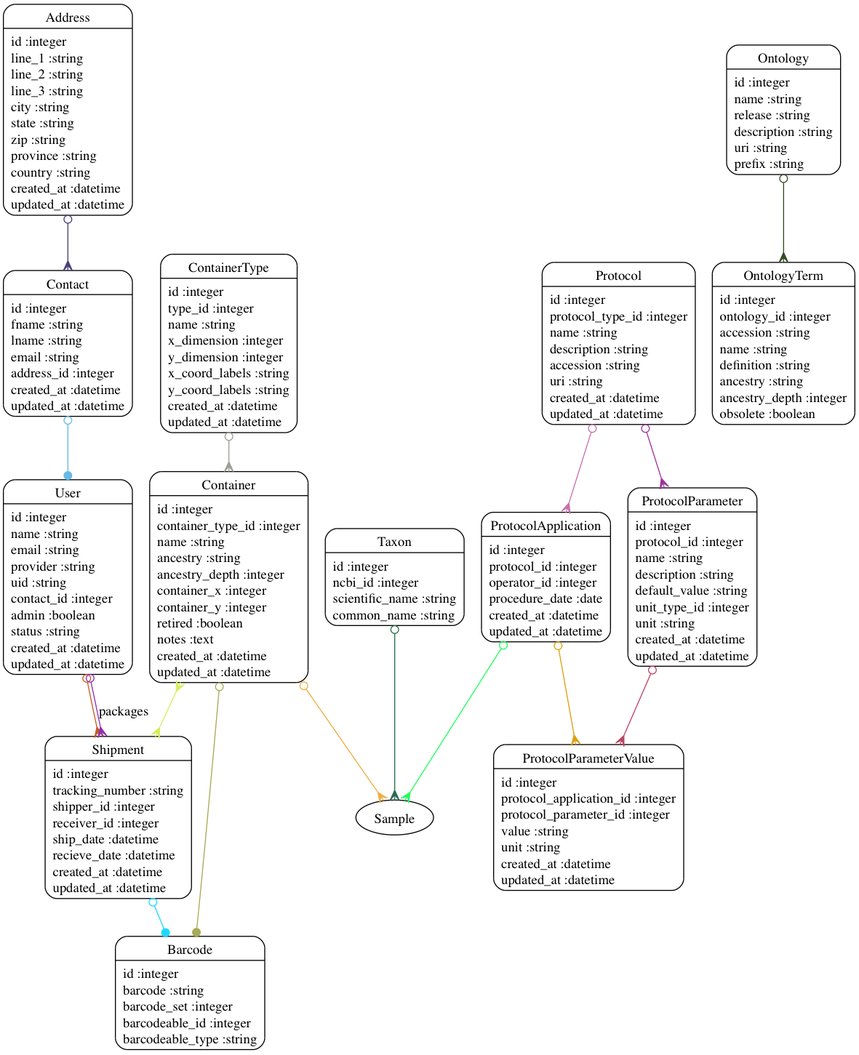
dimitras/collos keeps this Graphviz diagram as models.png. Above is the earlier version. Its source is kept beside it as models.dot.
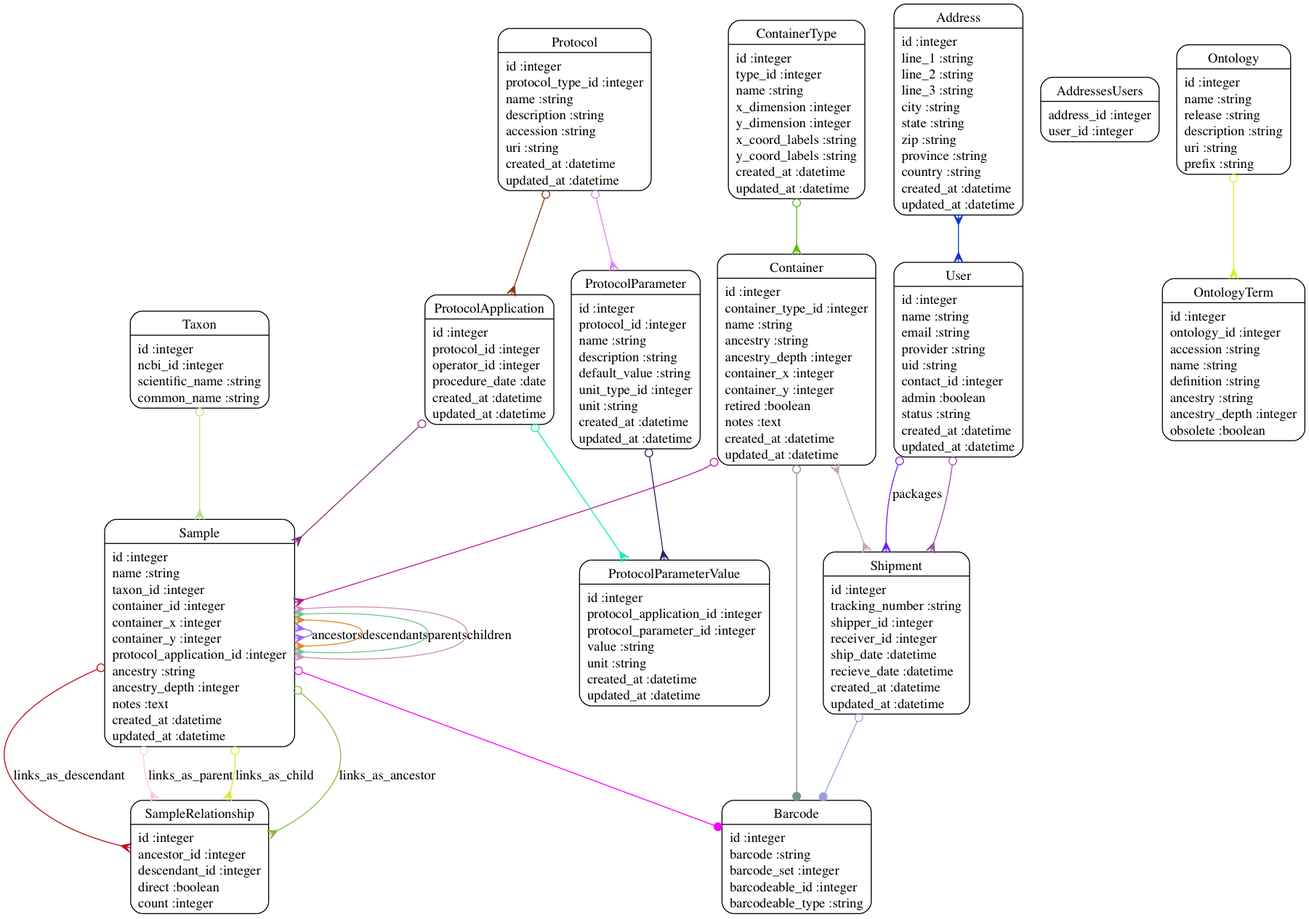
The same diagram one commit later.

Commit message:
simplified user-addr models

What changed in the source:
```diff
@@ -1,8 +1,8 @@
 digraph models_diagram {
 	graph[overlap=false, splines=true]
 	"Address" [shape=Mrecord, label="{Address|id :integer\lline_1 :string\lline_2 :string\lline_3 :string\lcity :string\lstate :string\lzip :string\lprovince :string\lcountry :string\lcreated_at :datetime\lupdated_at :datetime\l}"]
+	"AddressesUsers" [shape=Mrecord, label="{AddressesUsers|address_id :integer\luser_id :integer\l}"]
 	"Barcode" [shape=Mrecord, label="{Barcode|id :integer\lbarcode :string\lbarcode_set :integer\lbarcodeable_id :integer\lbarcodeable_type :string\l}"]
-	"Contact" [shape=Mrecord, label="{Contact|id :integer\lfname :string\llname :string\lemail :string\laddress_id :integer\lcreated_at :datetime\lupdated_at :datetime\l}"]
 	"Container" [shape=Mrecord, label="{Container|id :integer\lcontainer_type_id :integer\lname :string\lancestry :string\lancestry_depth :integer\lcontainer_x :integer\lcontainer_y :integer\lretired :boolean\lnotes :text\lcreated_at :datetime\lupdated_at :datetime\l}"]
 	"ContainerType" [shape=Mrecord, label="{ContainerType|id :integer\ltype_id :integer\lname :string\lx_dimension :integer\ly_dimension :integer\lx_coord_labels :string\ly_coord_labels :string\lcreated_at :datetime\lupdated_at :datetime\l}"]
 	"Ontology" [shape=Mrecord, label="{Ontology|id :integer\lname :string\lrelease :string\ldescription :string\luri :string\lprefix :string\l}"]
@@ -11,23 +11,33 @@
 	"ProtocolApplication" [shape=Mrecord, label="{ProtocolApplication|id :integer\lprotocol_id :integer\loperator_id :integer\lprocedure_date :date\lcreated_at :datetime\lupdated_at :datetime\l}"]
 	"ProtocolParameter" [shape=Mrecord, label="{ProtocolParameter|id :integer\lprotocol_id :integer\lname :string\ldescription :string\ldefault_value :string\lunit_type_id :integer\lunit :string\lcreated_at :datetime\lupdated_at :datetime\l}"]
 	"ProtocolParameterValue" [shape=Mrecord, label="{ProtocolParameterValue|id :integer\lprotocol_application_id :integer\lprotocol_parameter_id :integer\lvalue :string\lunit :string\lcreated_at :datetime\lupdated_at :datetime\l}"]
+	"Sample" [shape=Mrecord, label="{Sample|id :integer\lname :string\ltaxon_id :integer\lcontainer_id :integer\lcontainer_x :integer\lcontainer_y :integer\lprotocol_application_id :integer\lancestry :string\lancestry_depth :integer\lnotes :text\lcreated_at :datetime\lupdated_at :datetime\l}"]
+	"SampleRelationship" [shape=Mrecord, label="{SampleRelationship|id :integer\lancestor_id :integer\ldescendant_id :integer\ldirect :boolean\lcount :integer\l}"]
 	"Shipment" [shape=Mrecord, label="{Shipment|id :integer\ltracking_number :string\lshipper_id :integer\lreceiver_id :integer\lship_date :datetime\lrecieve_date :datetime\lcreated_at :datetime\lupdated_at :datetime\l}"]
 	"Taxon" [shape=Mrecord, label="{Taxon|id :integer\lncbi_id :integer\lscientific_name :string\lcommon_name :string\l}"]
 	"User" [shape=Mrecord, label="{User|id :integer\lname :string\lemail :string\lprovider :string\luid :string\lcontact_id :integer\ladmin :boolean\lstatus :string\lcreated_at :datetime\lupdated_at :datetime\l}"]
-	"Address" -> "Contact" [arrowtail=odot, arrowhead=crow, dir=both color="#4B3F78"]
-	"Contact" -> "User" [arrowtail=odot, arrowhead=dot, dir=both color="#65BBE5"]
-	"Container" -> "Sample" [arrowtail=odot, arrowhead=crow, dir=both color="#F0AC3F"]
-	"Container" -> "Barcode" [arrowtail=odot, arrowhead=dot, dir=both color="#A7AA55"]
-	"Container" -> "Shipment" [arrowtail=crow, arrowhead=crow, dir=both color="#D5EE5E"]
-	"ContainerType" -> "Container" [arrowtail=odot, arrowhead=crow, dir=both color="#9F9E93"]
-	"Ontology" -> "OntologyTerm" [arrowtail=odot, arrowhead=crow, dir=both color="#334A23"]
-	"Protocol" -> "ProtocolApplication" [arrowtail=odot, arrowhead=crow, dir=both color="#C670B0"]
-	"Protocol" -> "ProtocolParameter" [arrowtail=odot, arrowhead=crow, dir=both color="#9F309E"]
-	"ProtocolApplication" -> "Sample" [arrowtail=odot, arrowhead=crow, dir=both color="#20FC5D"]
-	"ProtocolApplication" -> "ProtocolParameterValue" [arrowtail=odot, arrowhead=crow, dir=both color="#DD9F10"]
-	"ProtocolParameter" -> "ProtocolParameterValue" [arrowtail=odot, arrowhead=crow, dir=both color="#BC4364"]
-	"Shipment" -> "Barcode" [arrowtail=odot, arrowhead=dot, dir=both color="#1CD9FE"]
-	"Taxon" -> "Sample" [arrowtail=odot, arrowhead=crow, dir=both color="#286D4F"]
-	"User" -> "Shipment" [arrowtail=odot, arrowhead=crow, dir=both color="#C95A1A"]
-	"User" -> "Shipment" [label="packages", arrowtail=odot, arrowhead=crow, dir=both color="#902EBA"]
+	"Address" -> "User" [arrowtail=crow, arrowhead=crow, dir=both color="#0D38CE"]
+	"Container" -> "Sample" [arrowtail=odot, arrowhead=crow, dir=both color="#B51A96"]
+	"Container" -> "Barcode" [arrowtail=odot, arrowhead=dot, dir=both color="#7A9285"]
+	"Container" -> "Shipment" [arrowtail=crow, arrowhead=crow, dir=both color="#C4A8AB"]
+	"ContainerType" -> "Container" [arrowtail=odot, arrowhead=crow, dir=both color="#59BC08"]
+	"Ontology" -> "OntologyTerm" [arrowtail=odot, arrowhead=crow, dir=both color="#D2F32A"]
+	"Protocol" -> "ProtocolApplication" [arrowtail=odot, arrowhead=crow, dir=both color="#873819"]
+	"Protocol" -> "ProtocolParameter" [arrowtail=odot, arrowhead=crow, dir=both color="#DF83F9"]
+	"ProtocolApplication" -> "Sample" [arrowtail=odot, arrowhead=crow, dir=both color="#88307E"]
+	"ProtocolApplication" -> "ProtocolParameterValue" [arrowtail=odot, arrowhead=crow, dir=both color="#00F1B3"]
+	"ProtocolParameter" -> "ProtocolParameterValue" [arrowtail=odot, arrowhead=crow, dir=both color="#2C1F61"]
+	"Sample" -> "Barcode" [arrowtail=odot, arrowhead=dot, dir=both color="#F604F7"]
+	"Sample" -> "SampleRelationship" [label="links_as_ancestor", arrowtail=odot, arrowhead=crow, dir=both color="#88BC45"]
+	"Sample" -> "SampleRelationship" [label="links_as_descendant", arrowtail=odot, arrowhead=crow, dir=both color="#BE0D18"]
+	"Sample" -> "Sample" [label="ancestors", arrowtail=crow, arrowhead=crow, dir=both color="#9C68FB"]
+	"Sample" -> "Sample" [label="descendants", arrowtail=crow, arrowhead=crow, dir=both color="#E4882D"]
+	"Sample" -> "SampleRelationship" [label="links_as_parent", arrowtail=odot, arrowhead=crow, dir=both color="#FEC8E1"]
+	"Sample" -> "SampleRelationship" [label="links_as_child", arrowtail=odot, arrowhead=crow, dir=both color="#DCE632"]
+	"Sample" -> "Sample" [label="parents", arrowtail=crow, arrowhead=crow, dir=both color="#6FC58C"]
+	"Sample" -> "Sample" [label="children", arrowtail=crow, arrowhead=crow, dir=both color="#C790BE"]
+	"Shipment" -> "Barcode" [arrowtail=odot, arrowhead=dot, dir=both color="#9C9EDE"]
+	"Taxon" -> "Sample" [arrowtail=odot, arrowhead=crow, dir=both color="#B8DF86"]
+	"User" -> "Shipment" [arrowtail=odot, arrowhead=crow, dir=both color="#A052A9"]
+	"User" -> "Shipment" [label="packages", arrowtail=odot, arrowhead=crow, dir=both color="#741EF8"]
 }
```
